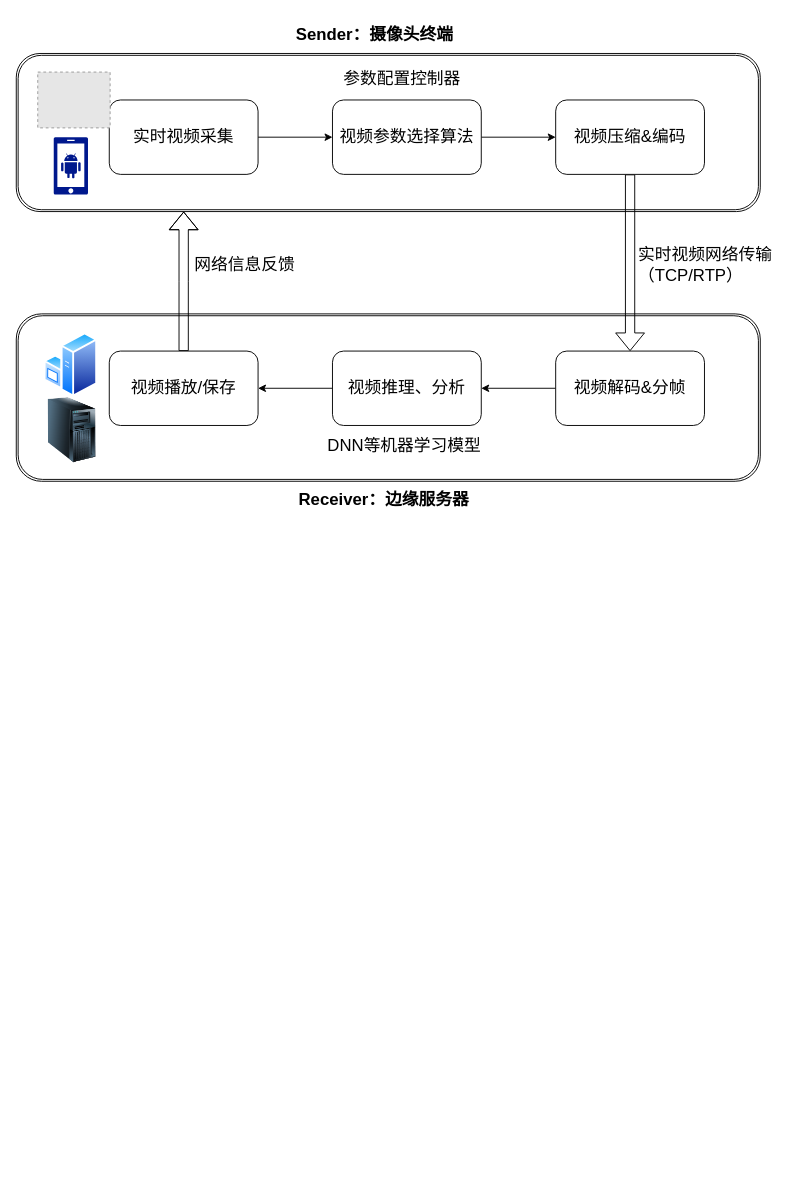
Earlier version of the draw.io diagram 未命名绘图.drawio (Bright-Hsu/Real-Time-Trans-Server). Source tidied: cells renumbered, new cells numbered last; positions are measured from the earlier drawing's top-left corner, leaving out a move shared by most shapes. Both pictures are drawn from the tidied source at 93%, with x=0, y=0 at pixel (16, 16). Pictures stored in the file or linked from it are replaced by grey dashed boxes.
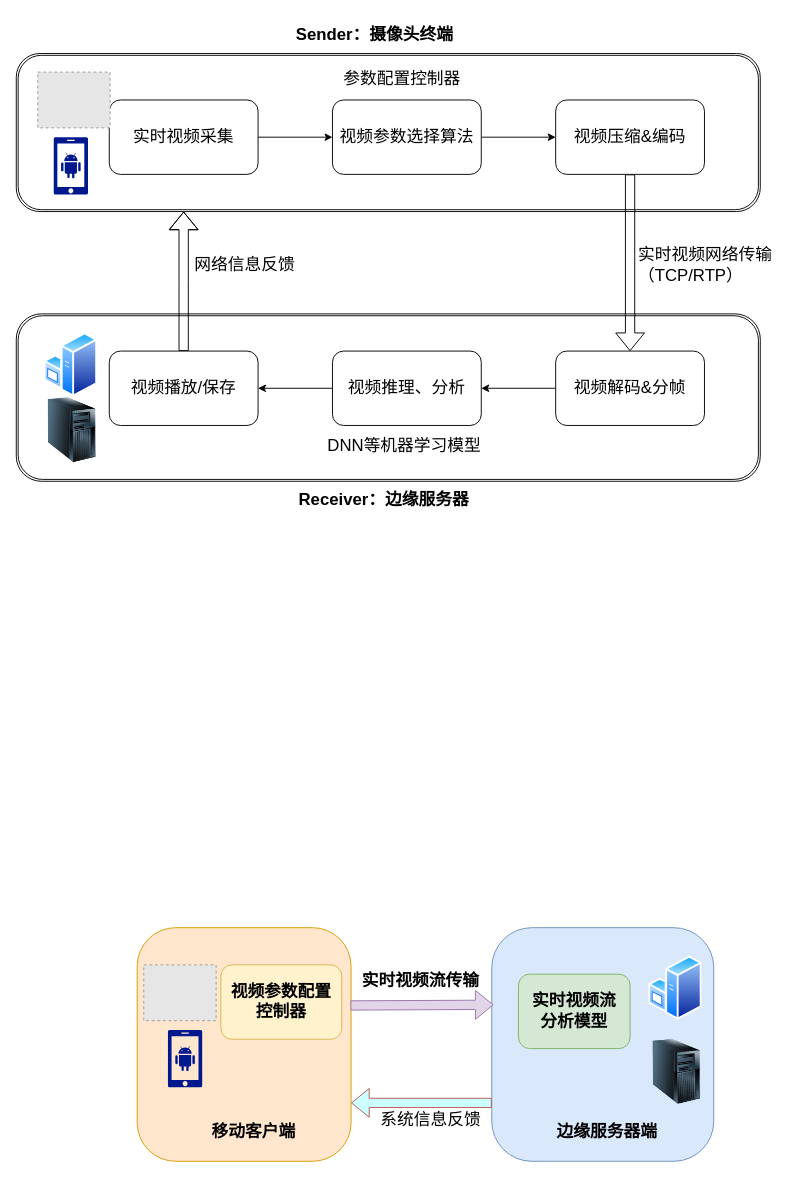
The same page after the edit.

Commit message:
更新未命名绘图.drawio

The edit, as a diff of the source:
```diff
@@
+    <mxCell id="26" style="rounded=1;whiteSpace=wrap;html=1;fontSize=12;glass=0;strokeWidth=1;shadow=0;arcSize=18;fillColor=#dae8fc;strokeColor=#6c8ebf;" parent="1" vertex="1">
+      <mxGeometry x="511.3" y="980" width="238.7" height="251.2" as="geometry" />
+    </mxCell>
@@
+    <mxCell id="27" style="rounded=1;whiteSpace=wrap;html=1;fontSize=12;glass=0;strokeWidth=1;shadow=0;arcSize=18;fillColor=#ffe6cc;strokeColor=#d79b00;" parent="1" vertex="1">
+      <mxGeometry x="130" y="980" width="230" height="251.2" as="geometry" />
+    </mxCell>
+    <mxCell id="28" style="fillColor=#E6E6E6;strokeColor=#999999;dashed=1;verticalLabelPosition=bottom;labelBackgroundColor=default;verticalAlign=top;" parent="1" vertex="1">
+      <mxGeometry x="137.1" y="1020" width="77.8" height="60" as="geometry" />
+    </mxCell>
+    <mxCell id="29" value="&lt;font style=&quot;font-size: 18px;&quot;&gt;&lt;b&gt;实时视频流传输&lt;/b&gt;&lt;/font&gt;" style="text;whiteSpace=wrap;html=1;" parent="1" vertex="1">
+      <mxGeometry x="370" y="1020" width="150" height="40" as="geometry" />
+    </mxCell>
+    <mxCell id="30" style="image;perimeter=ellipsePerimeter;html=1;align=center;shadow=0;dashed=0;spacingTop=3;image=img/lib/active_directory/windows_server.svg;" parent="1" vertex="1">
+      <mxGeometry x="680" y="1010" width="57.4" height="70" as="geometry" />
+    </mxCell>
+    <mxCell id="31" style="image;html=1;image=img/lib/clip_art/computers/Server_Tower_128x128.png;" parent="1" vertex="1">
+      <mxGeometry x="680" y="1100" width="60" height="70" as="geometry" />
+    </mxCell>
+    <mxCell id="32" style="sketch=0;shadow=0;dashed=0;html=1;strokeColor=none;labelPosition=center;verticalLabelPosition=bottom;verticalAlign=top;align=center;fillColor=#00188D;shape=mxgraph.mscae.enterprise.android_phone;" parent="1" vertex="1">
+      <mxGeometry x="163" y="1090" width="37" height="61.7" as="geometry" />
+    </mxCell>
+    <mxCell id="33" value="&lt;font style=&quot;font-size: 18px;&quot;&gt;系统信息反馈&lt;/font&gt;" style="text;whiteSpace=wrap;html=1;" parent="1" vertex="1">
+      <mxGeometry x="390" y="1170" width="150" height="40" as="geometry" />
+    </mxCell>
+    <mxCell id="34" value="&lt;span style=&quot;font-size: 18px;&quot;&gt;&lt;b&gt;移动客户端&lt;/b&gt;&lt;/span&gt;" style="text;html=1;align=center;verticalAlign=middle;strokeColor=none;fillColor=none;" parent="1" vertex="1">
+      <mxGeometry x="200" y="1180" width="110" height="40" as="geometry" />
+    </mxCell>
+    <mxCell id="35" value="&lt;b&gt;&lt;font style=&quot;font-size: 18px;&quot;&gt;边缘服务器端&lt;/font&gt;&lt;/b&gt;" style="text;html=1;align=center;verticalAlign=middle;strokeColor=none;fillColor=none;" parent="1" vertex="1">
+      <mxGeometry x="570" y="1180" width="130" height="40" as="geometry" />
+    </mxCell>
+    <mxCell id="36" value="&lt;span style=&quot;font-size: 18px;&quot;&gt;&lt;b&gt;视频参数配置&lt;br&gt;控制器&lt;/b&gt;&lt;/span&gt;" style="rounded=1;whiteSpace=wrap;html=1;fontSize=12;glass=0;strokeWidth=1;shadow=0;fillColor=#fff2cc;strokeColor=#d6b656;" parent="1" vertex="1">
+      <mxGeometry x="220" y="1020" width="130" height="80" as="geometry" />
+    </mxCell>
+    <mxCell id="37" style="shape=flexArrow;endArrow=classic;html=1;rounded=0;fillColor=#e1d5e7;strokeColor=#9673a6;exitX=0.997;exitY=0.333;exitDx=0;exitDy=0;exitPerimeter=0;entryX=0.008;entryY=0.33;entryDx=0;entryDy=0;entryPerimeter=0;" parent="1" edge="1" source="27" target="26">
+      <mxGeometry relative="1" as="geometry" />
+    </mxCell>
+    <mxCell id="38" value="&lt;span style=&quot;font-size: 18px;&quot;&gt;&lt;b&gt;实时视频流&lt;br&gt;分析模型&lt;/b&gt;&lt;/span&gt;" style="rounded=1;whiteSpace=wrap;html=1;fontSize=12;glass=0;strokeWidth=1;shadow=0;fillColor=#d5e8d4;strokeColor=#82b366;" parent="1" vertex="1">
+      <mxGeometry x="540" y="1030" width="120" height="80" as="geometry" />
+    </mxCell>
+    <mxCell id="39" style="shape=flexArrow;endArrow=classic;html=1;rounded=0;exitX=0;exitY=0.75;exitDx=0;exitDy=0;fillColor=#CCFFFF;strokeColor=#b85450;fillStyle=auto;entryX=1;entryY=0.75;entryDx=0;entryDy=0;" parent="1" edge="1" source="26" target="27">
+      <mxGeometry relative="1" as="geometry" />
+    </mxCell>
```
